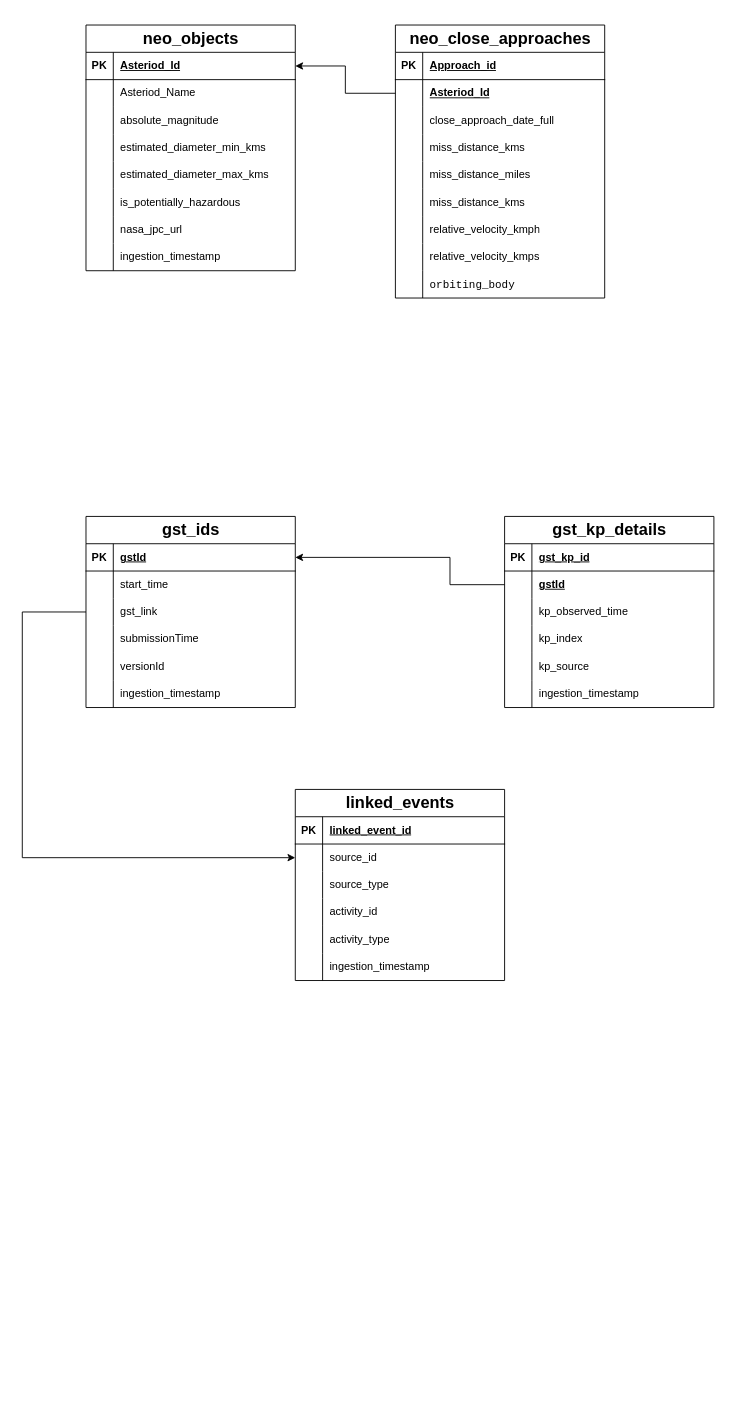
Before: page "Silver" (4 of 7) of Design/HDD.drawio in Sairam0613/AstroSight-DE, a draw.io diagram. Source tidied: cells renumbered, new cells numbered last; positions are measured from the earlier drawing's top-left corner, leaving out a move shared by most shapes. Both pictures are drawn from the tidied source at 91%, with x=0, y=0 at pixel (22, 25).
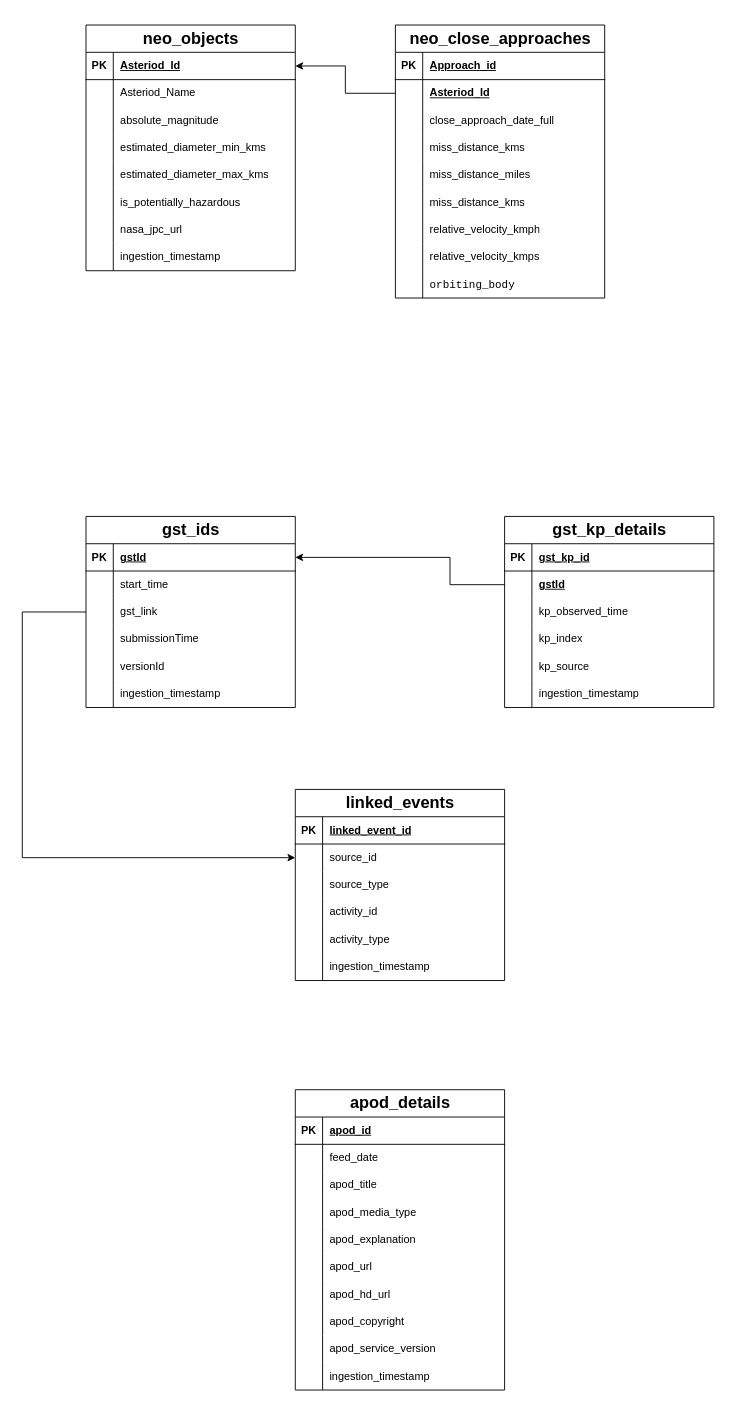
After the change.

Diff of the diagram source:
```diff
@@
+    <mxCell id="115" value="&lt;h2&gt;apod_details&lt;/h2&gt;" style="shape=table;startSize=30;childLayout=tableLayout;rowLines=0;fontStyle=1;align=center;html=1;" parent="1" vertex="1">
+      <mxGeometry x="300" y="1170" width="230" height="330" as="geometry" />
+    </mxCell>
+    <mxCell id="116" style="shape=tableRow;horizontal=0;startSize=0;swimlaneHead=0;swimlaneBody=0;fillColor=none;top=0;left=0;right=0;bottom=1;" parent="115" vertex="1">
+      <mxGeometry y="30" width="230" height="30" as="geometry" />
+    </mxCell>
+    <mxCell id="117" value="PK" style="shape=partialRectangle;fillColor=none;top=0;left=0;bottom=0;right=0;fontStyle=1;overflow=hidden;whiteSpace=wrap;html=1;" parent="116" vertex="1">
+      <mxGeometry width="30" height="30" as="geometry" />
+    </mxCell>
+    <mxCell id="118" value="apod_id" style="shape=partialRectangle;fillColor=none;top=0;left=0;bottom=0;right=0;align=left;spacingLeft=6;fontStyle=5;overflow=hidden;whiteSpace=wrap;html=1;" parent="116" vertex="1">
+      <mxGeometry x="30" width="200" height="30" as="geometry" />
+    </mxCell>
+    <mxCell id="119" style="shape=tableRow;horizontal=0;startSize=0;swimlaneHead=0;swimlaneBody=0;fillColor=none;top=0;left=0;right=0;bottom=0;" parent="115" vertex="1">
+      <mxGeometry y="60" width="230" height="30" as="geometry" />
+    </mxCell>
+    <mxCell id="120" style="shape=partialRectangle;fillColor=none;top=0;left=0;bottom=0;right=0;overflow=hidden;whiteSpace=wrap;html=1;" parent="119" vertex="1">
+      <mxGeometry width="30" height="30" as="geometry" />
+    </mxCell>
+    <mxCell id="121" value="feed_date" style="shape=partialRectangle;fillColor=none;top=0;left=0;bottom=0;right=0;align=left;spacingLeft=6;overflow=hidden;whiteSpace=wrap;html=1;" parent="119" vertex="1">
+      <mxGeometry x="30" width="200" height="30" as="geometry" />
+    </mxCell>
+    <mxCell id="122" style="shape=tableRow;horizontal=0;startSize=0;swimlaneHead=0;swimlaneBody=0;fillColor=none;top=0;left=0;right=0;bottom=0;" parent="115" vertex="1">
+      <mxGeometry y="90" width="230" height="30" as="geometry" />
+    </mxCell>
+    <mxCell id="123" style="shape=partialRectangle;fillColor=none;top=0;left=0;bottom=0;right=0;overflow=hidden;whiteSpace=wrap;html=1;" parent="122" vertex="1">
+      <mxGeometry width="30" height="30" as="geometry" />
+    </mxCell>
+    <mxCell id="124" value="apod_title" style="shape=partialRectangle;fillColor=none;top=0;left=0;bottom=0;right=0;align=left;spacingLeft=6;overflow=hidden;whiteSpace=wrap;html=1;" parent="122" vertex="1">
+      <mxGeometry x="30" width="200" height="30" as="geometry" />
+    </mxCell>
+    <mxCell id="125" style="shape=tableRow;horizontal=0;startSize=0;swimlaneHead=0;swimlaneBody=0;fillColor=none;top=0;left=0;right=0;bottom=0;" parent="115" vertex="1">
+      <mxGeometry y="120" width="230" height="30" as="geometry" />
+    </mxCell>
+    <mxCell id="126" style="shape=partialRectangle;fillColor=none;top=0;left=0;bottom=0;right=0;overflow=hidden;whiteSpace=wrap;html=1;" parent="125" vertex="1">
+      <mxGeometry width="30" height="30" as="geometry" />
+    </mxCell>
+    <mxCell id="127" value="apod_media_type" style="shape=partialRectangle;fillColor=none;top=0;left=0;bottom=0;right=0;align=left;spacingLeft=6;overflow=hidden;whiteSpace=wrap;html=1;" parent="125" vertex="1">
+      <mxGeometry x="30" width="200" height="30" as="geometry" />
+    </mxCell>
+    <mxCell id="128" style="shape=tableRow;horizontal=0;startSize=0;swimlaneHead=0;swimlaneBody=0;fillColor=none;top=0;left=0;right=0;bottom=0;" parent="115" vertex="1">
+      <mxGeometry y="150" width="230" height="30" as="geometry" />
+    </mxCell>
+    <mxCell id="129" style="shape=partialRectangle;fillColor=none;top=0;left=0;bottom=0;right=0;overflow=hidden;whiteSpace=wrap;html=1;" parent="128" vertex="1">
+      <mxGeometry width="30" height="30" as="geometry" />
+    </mxCell>
+    <mxCell id="130" value="apod_explanation" style="shape=partialRectangle;fillColor=none;top=0;left=0;bottom=0;right=0;align=left;spacingLeft=6;overflow=hidden;whiteSpace=wrap;html=1;" parent="128" vertex="1">
+      <mxGeometry x="30" width="200" height="30" as="geometry" />
+    </mxCell>
+    <mxCell id="131" style="shape=tableRow;horizontal=0;startSize=0;swimlaneHead=0;swimlaneBody=0;fillColor=none;top=0;left=0;right=0;bottom=0;" parent="115" vertex="1">
+      <mxGeometry y="180" width="230" height="30" as="geometry" />
+    </mxCell>
+    <mxCell id="132" style="shape=partialRectangle;fillColor=none;top=0;left=0;bottom=0;right=0;overflow=hidden;whiteSpace=wrap;html=1;" parent="131" vertex="1">
+      <mxGeometry width="30" height="30" as="geometry" />
+    </mxCell>
+    <mxCell id="133" value="apod_url" style="shape=partialRectangle;fillColor=none;top=0;left=0;bottom=0;right=0;align=left;spacingLeft=6;overflow=hidden;whiteSpace=wrap;html=1;" parent="131" vertex="1">
+      <mxGeometry x="30" width="200" height="30" as="geometry" />
+    </mxCell>
+    <mxCell id="134" style="shape=tableRow;horizontal=0;startSize=0;swimlaneHead=0;swimlaneBody=0;fillColor=none;top=0;left=0;right=0;bottom=0;" parent="115" vertex="1">
+      <mxGeometry y="210" width="230" height="30" as="geometry" />
+    </mxCell>
+    <mxCell id="135" style="shape=partialRectangle;fillColor=none;top=0;left=0;bottom=0;right=0;overflow=hidden;whiteSpace=wrap;html=1;" parent="134" vertex="1">
+      <mxGeometry width="30" height="30" as="geometry" />
+    </mxCell>
+    <mxCell id="136" value="apod_hd_url" style="shape=partialRectangle;fillColor=none;top=0;left=0;bottom=0;right=0;align=left;spacingLeft=6;overflow=hidden;whiteSpace=wrap;html=1;" parent="134" vertex="1">
+      <mxGeometry x="30" width="200" height="30" as="geometry" />
+    </mxCell>
+    <mxCell id="137" style="shape=tableRow;horizontal=0;startSize=0;swimlaneHead=0;swimlaneBody=0;fillColor=none;top=0;left=0;right=0;bottom=0;" parent="115" vertex="1">
+      <mxGeometry y="240" width="230" height="30" as="geometry" />
+    </mxCell>
+    <mxCell id="138" style="shape=partialRectangle;fillColor=none;top=0;left=0;bottom=0;right=0;overflow=hidden;whiteSpace=wrap;html=1;" parent="137" vertex="1">
+      <mxGeometry width="30" height="30" as="geometry" />
+    </mxCell>
+    <mxCell id="139" value="apod_copyright" style="shape=partialRectangle;fillColor=none;top=0;left=0;bottom=0;right=0;align=left;spacingLeft=6;overflow=hidden;whiteSpace=wrap;html=1;" parent="137" vertex="1">
+      <mxGeometry x="30" width="200" height="30" as="geometry" />
+    </mxCell>
+    <mxCell id="140" style="shape=tableRow;horizontal=0;startSize=0;swimlaneHead=0;swimlaneBody=0;fillColor=none;top=0;left=0;right=0;bottom=0;" parent="115" vertex="1">
+      <mxGeometry y="270" width="230" height="30" as="geometry" />
+    </mxCell>
+    <mxCell id="141" style="shape=partialRectangle;fillColor=none;top=0;left=0;bottom=0;right=0;overflow=hidden;whiteSpace=wrap;html=1;" parent="140" vertex="1">
+      <mxGeometry width="30" height="30" as="geometry" />
+    </mxCell>
+    <mxCell id="142" value="apod_service_version" style="shape=partialRectangle;fillColor=none;top=0;left=0;bottom=0;right=0;align=left;spacingLeft=6;overflow=hidden;whiteSpace=wrap;html=1;" parent="140" vertex="1">
+      <mxGeometry x="30" width="200" height="30" as="geometry" />
+    </mxCell>
+    <mxCell id="143" style="shape=tableRow;horizontal=0;startSize=0;swimlaneHead=0;swimlaneBody=0;fillColor=none;top=0;left=0;right=0;bottom=0;" parent="115" vertex="1">
+      <mxGeometry y="300" width="230" height="30" as="geometry" />
+    </mxCell>
+    <mxCell id="144" style="shape=partialRectangle;fillColor=none;top=0;left=0;bottom=0;right=0;overflow=hidden;whiteSpace=wrap;html=1;" parent="143" vertex="1">
+      <mxGeometry width="30" height="30" as="geometry" />
+    </mxCell>
+    <mxCell id="145" value="ingestion_timestamp" style="shape=partialRectangle;fillColor=none;top=0;left=0;bottom=0;right=0;align=left;spacingLeft=6;overflow=hidden;whiteSpace=wrap;html=1;" parent="143" vertex="1">
+      <mxGeometry x="30" width="200" height="30" as="geometry" />
+    </mxCell>
```
